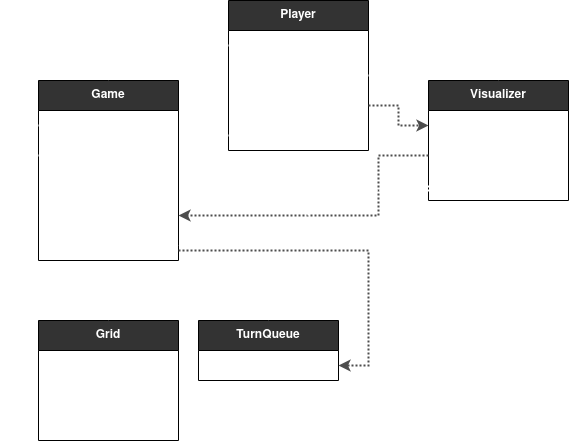
Before: images/class_diagram_dark.drawio.png, a diagram exported from draw.io (meshgridgame/meshgrid). Source tidied: cells renumbered, new cells last; positions are measured from the earlier drawing's top-left corner, leaving out a move shared by most shapes.
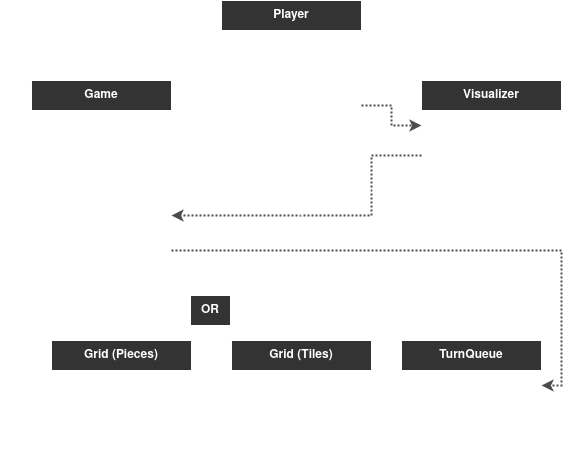
Above is the later version.

What changed in the source:
```diff
@@ -2,7 +2,7 @@
   <root>
     <mxCell id="0" />
     <mxCell id="1" parent="0" />
-    <mxCell id="2" value="&lt;b&gt;Player&lt;/b&gt;" style="swimlane;fontStyle=0;horizontal=1;startSize=30;whiteSpace=wrap;html=1;fillColor=#333333;fontColor=#FFFFFF;" parent="1" vertex="1">
+    <mxCell id="2" value="&lt;b&gt;Player&lt;/b&gt;" style="swimlane;fontStyle=0;horizontal=1;startSize=30;whiteSpace=wrap;html=1;fillColor=#333333;strokeColor=#FFFFFF;fontColor=#FFFFFF;" parent="1" vertex="1">
       <mxGeometry x="220" width="140" height="150" as="geometry" />
     </mxCell>
     <mxCell id="3" value="Game" style="text;strokeColor=none;fillColor=none;align=left;verticalAlign=middle;spacingLeft=4;spacingRight=4;overflow=hidden;points=[[0,0.5],[1,0.5]];portConstraint=eastwest;whiteSpace=wrap;html=1;fontColor=#FFFFFF;" parent="2" vertex="1">
@@ -17,7 +17,7 @@
     <mxCell id="6" value="headless()" style="text;strokeColor=none;fillColor=none;align=left;verticalAlign=middle;spacingLeft=4;spacingRight=4;overflow=hidden;points=[[0,0.5],[1,0.5]];portConstraint=eastwest;whiteSpace=wrap;html=1;fontColor=#FFFFFF;" parent="2" vertex="1">
       <mxGeometry y="120" width="140" height="30" as="geometry" />
     </mxCell>
-    <mxCell id="7" value="&lt;b&gt;Game&lt;/b&gt;" style="swimlane;fontStyle=0;horizontal=1;startSize=30;whiteSpace=wrap;html=1;fillColor=#333333;fontColor=#FFFFFF;" parent="1" vertex="1">
+    <mxCell id="7" value="&lt;b&gt;Game&lt;/b&gt;" style="swimlane;fontStyle=0;horizontal=1;startSize=30;whiteSpace=wrap;html=1;fillColor=#333333;strokeColor=#FFFFFF;fontColor=#FFFFFF;" parent="1" vertex="1">
       <mxGeometry x="30" y="80" width="140" height="180" as="geometry" />
     </mxCell>
     <mxCell id="8" value="Grid" style="text;strokeColor=none;fillColor=none;align=left;verticalAlign=middle;spacingLeft=4;spacingRight=4;overflow=hidden;points=[[0,0.5],[1,0.5]];portConstraint=eastwest;whiteSpace=wrap;html=1;fontColor=#FFFFFF;" parent="7" vertex="1">
@@ -35,7 +35,7 @@
     <mxCell id="12" value="step()" style="text;strokeColor=none;fillColor=none;align=left;verticalAlign=middle;spacingLeft=4;spacingRight=4;overflow=hidden;points=[[0,0.5],[1,0.5]];portConstraint=eastwest;whiteSpace=wrap;html=1;fontColor=#FFFFFF;" parent="7" vertex="1">
       <mxGeometry y="150" width="140" height="30" as="geometry" />
     </mxCell>
-    <mxCell id="13" value="&lt;b&gt;Visualizer&lt;/b&gt;" style="swimlane;fontStyle=0;horizontal=1;startSize=30;whiteSpace=wrap;html=1;fontColor=#FFFFFF;fillColor=#333333;" parent="1" vertex="1">
+    <mxCell id="13" value="&lt;b&gt;Visualizer&lt;/b&gt;" style="swimlane;fontStyle=0;horizontal=1;startSize=30;whiteSpace=wrap;html=1;fillColor=#333333;strokeColor=#FFFFFF;fontColor=#FFFFFF;" parent="1" vertex="1">
       <mxGeometry x="420" y="80" width="140" height="120" as="geometry" />
     </mxCell>
     <mxCell id="14" value="display()" style="text;strokeColor=none;fillColor=none;align=left;verticalAlign=middle;spacingLeft=4;spacingRight=4;overflow=hidden;points=[[0,0.5],[1,0.5]];portConstraint=eastwest;whiteSpace=wrap;html=1;fontColor=#FFFFFF;" parent="13" vertex="1">
@@ -47,10 +47,10 @@
     <mxCell id="16" value="_game_loop()" style="text;strokeColor=none;fillColor=none;align=left;verticalAlign=middle;spacingLeft=4;spacingRight=4;overflow=hidden;points=[[0,0.5],[1,0.5]];portConstraint=eastwest;whiteSpace=wrap;html=1;fontColor=#FFFFFF;" parent="13" vertex="1">
       <mxGeometry y="90" width="140" height="30" as="geometry" />
     </mxCell>
-    <mxCell id="17" style="edgeStyle=orthogonalEdgeStyle;rounded=0;jettySize=auto;html=1;exitX=0;exitY=0.5;exitDx=0;exitDy=0;entryX=0.5;entryY=0;entryDx=0;entryDy=0;fontStyle=1;strokeWidth=2;strokeColor=#FFFFFF;" parent="1" edge="1" source="3" target="7">
+    <mxCell id="17" style="edgeStyle=orthogonalEdgeStyle;rounded=0;jettySize=auto;html=1;exitX=0;exitY=0.5;exitDx=0;exitDy=0;entryX=0.5;entryY=0;entryDx=0;entryDy=0;fontStyle=1;strokeWidth=2;fontColor=#FFFFFF;strokeColor=#FFFFFF;" parent="1" edge="1" source="3" target="7">
       <mxGeometry relative="1" as="geometry" />
     </mxCell>
-    <mxCell id="18" style="edgeStyle=orthogonalEdgeStyle;rounded=0;jettySize=auto;html=1;exitX=1;exitY=0.5;exitDx=0;exitDy=0;entryX=0.5;entryY=0;entryDx=0;entryDy=0;fontStyle=1;strokeWidth=2;strokeColor=#FFFFFF;" parent="1" edge="1" source="4" target="13">
+    <mxCell id="18" style="edgeStyle=orthogonalEdgeStyle;rounded=0;jettySize=auto;html=1;exitX=1;exitY=0.5;exitDx=0;exitDy=0;entryX=0.5;entryY=0;entryDx=0;entryDy=0;fontStyle=1;strokeWidth=2;fontColor=#FFFFFF;strokeColor=#FFFFFF;" parent="1" edge="1" source="4" target="13">
       <mxGeometry relative="1" as="geometry">
         <Array as="points">
           <mxPoint x="390" y="75" />
@@ -59,39 +59,24 @@
         </Array>
       </mxGeometry>
     </mxCell>
-    <mxCell id="19" value="&lt;b&gt;Grid&lt;/b&gt;" style="swimlane;fontStyle=0;horizontal=1;startSize=30;whiteSpace=wrap;html=1;fontColor=#FFFFFF;fillColor=#333333;" parent="1" vertex="1">
-      <mxGeometry x="30" y="320" width="140" height="120" as="geometry" />
+    <mxCell id="19" value="&lt;b&gt;Grid (Tiles)&lt;br&gt;&lt;/b&gt;" style="swimlane;fontStyle=0;horizontal=1;startSize=30;whiteSpace=wrap;html=1;fillColor=#333333;strokeColor=#FFFFFF;fontColor=#FFFFFF;" parent="1" vertex="1">
+      <mxGeometry x="230" y="340" width="140" height="60" as="geometry" />
     </mxCell>
-    <mxCell id="20" value="Board" style="text;strokeColor=none;fillColor=none;align=left;verticalAlign=middle;spacingLeft=4;spacingRight=4;overflow=hidden;whiteSpace=wrap;html=1;fontColor=#FFFFFF;" parent="19" vertex="1">
+    <mxCell id="20" value="Tiles" style="text;strokeColor=none;fillColor=none;align=left;verticalAlign=middle;spacingLeft=4;spacingRight=4;overflow=hidden;whiteSpace=wrap;html=1;fontColor=#FFFFFF;" parent="19" vertex="1">
       <mxGeometry y="30" width="140" height="30" as="geometry" />
     </mxCell>
-    <mxCell id="21" value="Stat (for Pieces)" style="text;strokeColor=none;fillColor=none;align=left;verticalAlign=middle;spacingLeft=4;spacingRight=4;overflow=hidden;whiteSpace=wrap;html=1;fontColor=#FFFFFF;" parent="19" vertex="1">
-      <mxGeometry y="60" width="140" height="30" as="geometry" />
-    </mxCell>
-    <mxCell id="22" value="Loc (for Pieces)" style="text;strokeColor=none;fillColor=none;align=left;verticalAlign=middle;spacingLeft=4;spacingRight=4;overflow=hidden;whiteSpace=wrap;html=1;fontColor=#FFFFFF;" parent="19" vertex="1">
-      <mxGeometry y="90" width="140" height="30" as="geometry" />
-    </mxCell>
-    <mxCell id="23" value="&lt;b&gt;TurnQueue&lt;/b&gt;" style="swimlane;fontStyle=0;horizontal=1;startSize=30;whiteSpace=wrap;html=1;fontColor=#FFFFFF;fillColor=#333333;" parent="1" vertex="1">
-      <mxGeometry x="190" y="320" width="140" height="60" as="geometry" />
+    <mxCell id="23" value="&lt;b&gt;TurnQueue&lt;/b&gt;" style="swimlane;fontStyle=0;horizontal=1;startSize=30;whiteSpace=wrap;html=1;fillColor=#333333;strokeColor=#FFFFFF;fontColor=#FFFFFF;" parent="1" vertex="1">
+      <mxGeometry x="400" y="340" width="140" height="60" as="geometry" />
     </mxCell>
     <mxCell id="24" value="pop()" style="text;strokeColor=none;fillColor=none;align=left;verticalAlign=middle;spacingLeft=4;spacingRight=4;overflow=hidden;points=[[0,0.5],[1,0.5]];portConstraint=eastwest;whiteSpace=wrap;html=1;fontColor=#FFFFFF;" parent="23" vertex="1">
       <mxGeometry y="30" width="140" height="30" as="geometry" />
     </mxCell>
-    <mxCell id="25" style="edgeStyle=orthogonalEdgeStyle;rounded=0;jettySize=auto;html=1;exitX=0;exitY=0.5;exitDx=0;exitDy=0;strokeWidth=2;strokeColor=#FFFFFF;" parent="1" edge="1" source="8" target="19">
-      <mxGeometry relative="1" as="geometry">
-        <Array as="points">
-          <mxPoint y="125" />
-          <mxPoint y="290" />
-          <mxPoint x="100" y="290" />
-        </Array>
-      </mxGeometry>
-    </mxCell>
-    <mxCell id="26" style="edgeStyle=orthogonalEdgeStyle;rounded=0;jettySize=auto;html=1;exitX=0;exitY=0.5;exitDx=0;exitDy=0;strokeWidth=2;entryX=0.5;entryY=0;entryDx=0;entryDy=0;strokeColor=#FFFFFF;" parent="1" edge="1" source="9" target="23">
+    <mxCell id="26" style="edgeStyle=orthogonalEdgeStyle;rounded=0;jettySize=auto;html=1;exitX=0;exitY=0.5;exitDx=0;exitDy=0;strokeWidth=2;entryX=0.5;entryY=0;entryDx=0;entryDy=0;fontColor=#FFFFFF;strokeColor=#FFFFFF;" parent="1" edge="1" source="9" target="23">
       <mxGeometry relative="1" as="geometry">
         <Array as="points">
           <mxPoint x="10" y="155" />
           <mxPoint x="10" y="270" />
-          <mxPoint x="260" y="270" />
+          <mxPoint x="470" y="270" />
         </Array>
       </mxGeometry>
     </mxCell>
@@ -112,13 +97,12 @@
         </Array>
       </mxGeometry>
     </mxCell>
-    <mxCell id="29" style="edgeStyle=orthogonalEdgeStyle;rounded=0;jettySize=auto;html=1;entryX=1;entryY=0.75;entryDx=0;entryDy=0;dashed=1;strokeColor=#4D4D4D;strokeWidth=2;dashPattern=1 1;" parent="1" edge="1" target="23">
+    <mxCell id="29" style="edgeStyle=orthogonalEdgeStyle;rounded=0;jettySize=auto;html=1;dashed=1;strokeColor=#4D4D4D;strokeWidth=2;dashPattern=1 1;entryX=1;entryY=0.5;entryDx=0;entryDy=0;" parent="1" edge="1" target="24">
       <mxGeometry relative="1" as="geometry">
         <mxPoint x="170" y="250" as="sourcePoint" />
         <Array as="points">
-          <mxPoint x="170" y="250" />
-          <mxPoint x="360" y="250" />
-          <mxPoint x="360" y="365" />
+          <mxPoint x="560" y="250" />
+          <mxPoint x="560" y="385" />
         </Array>
       </mxGeometry>
     </mxCell>
@@ -135,5 +119,35 @@
     <mxCell id="31" style="edgeStyle=orthogonalEdgeStyle;rounded=0;jettySize=auto;html=1;entryX=0;entryY=0.5;entryDx=0;entryDy=0;dashed=1;dashPattern=1 1;strokeColor=#4D4D4D;strokeWidth=2;fontColor=#666666;endArrow=classic;endFill=1;" parent="1" edge="1" source="5" target="14">
       <mxGeometry relative="1" as="geometry" />
     </mxCell>
+    <mxCell id="32" style="edgeStyle=orthogonalEdgeStyle;rounded=0;jettySize=auto;html=1;exitX=1;exitY=0.5;exitDx=0;exitDy=0;entryX=0.5;entryY=0;entryDx=0;entryDy=0;strokeWidth=2;endArrow=classic;endFill=1;fontColor=#FFFFFF;strokeColor=#FFFFFF;" parent="1" edge="1" source="34" target="19">
+      <mxGeometry relative="1" as="geometry" />
+    </mxCell>
+    <mxCell id="33" style="edgeStyle=orthogonalEdgeStyle;rounded=0;jettySize=auto;html=1;exitX=0;exitY=0.5;exitDx=0;exitDy=0;entryX=0.5;entryY=0;entryDx=0;entryDy=0;strokeWidth=2;endArrow=classic;endFill=1;fontColor=#FFFFFF;strokeColor=#FFFFFF;" parent="1" edge="1" source="34" target="35">
+      <mxGeometry relative="1" as="geometry" />
+    </mxCell>
+    <mxCell id="34" value="&lt;b&gt;OR&lt;/b&gt;" style="text;html=1;align=center;verticalAlign=middle;whiteSpace=wrap;rounded=0;fillColor=#333333;strokeColor=#FFFFFF;horizontal=1;fontColor=#FFFFFF;" parent="1" vertex="1">
+      <mxGeometry x="189" y="295" width="40" height="30" as="geometry" />
+    </mxCell>
+    <mxCell id="35" value="&lt;b&gt;Grid (Pieces)&lt;br&gt;&lt;/b&gt;" style="swimlane;fontStyle=0;horizontal=1;startSize=30;whiteSpace=wrap;html=1;fillColor=#333333;strokeColor=#FFFFFF;fontColor=#FFFFFF;" parent="1" vertex="1">
+      <mxGeometry x="50" y="340" width="140" height="120" as="geometry" />
+    </mxCell>
+    <mxCell id="36" value="Board" style="text;strokeColor=none;fillColor=none;align=left;verticalAlign=middle;spacingLeft=4;spacingRight=4;overflow=hidden;whiteSpace=wrap;html=1;fontColor=#FFFFFF;" parent="35" vertex="1">
+      <mxGeometry y="30" width="140" height="30" as="geometry" />
+    </mxCell>
+    <mxCell id="21" value="Stat (for Pieces)" style="text;strokeColor=none;fillColor=none;align=left;verticalAlign=middle;spacingLeft=4;spacingRight=4;overflow=hidden;whiteSpace=wrap;html=1;fontColor=#FFFFFF;" parent="35" vertex="1">
+      <mxGeometry y="60" width="140" height="30" as="geometry" />
+    </mxCell>
+    <mxCell id="22" value="Loc (for Pieces)" style="text;strokeColor=none;fillColor=none;align=left;verticalAlign=middle;spacingLeft=4;spacingRight=4;overflow=hidden;whiteSpace=wrap;html=1;fontColor=#FFFFFF;" parent="35" vertex="1">
+      <mxGeometry y="90" width="140" height="30" as="geometry" />
+    </mxCell>
+    <mxCell id="37" style="edgeStyle=orthogonalEdgeStyle;rounded=0;jettySize=auto;html=1;exitX=0;exitY=0.5;exitDx=0;exitDy=0;entryX=0.5;entryY=0;entryDx=0;entryDy=0;strokeWidth=2;endArrow=none;endFill=0;fontColor=#FFFFFF;strokeColor=#FFFFFF;" parent="1" edge="1" source="8" target="34">
+      <mxGeometry relative="1" as="geometry">
+        <Array as="points">
+          <mxPoint y="125" />
+          <mxPoint y="280" />
+          <mxPoint x="209" y="280" />
+        </Array>
+      </mxGeometry>
+    </mxCell>
   </root>
 </mxGraphModel>
```
